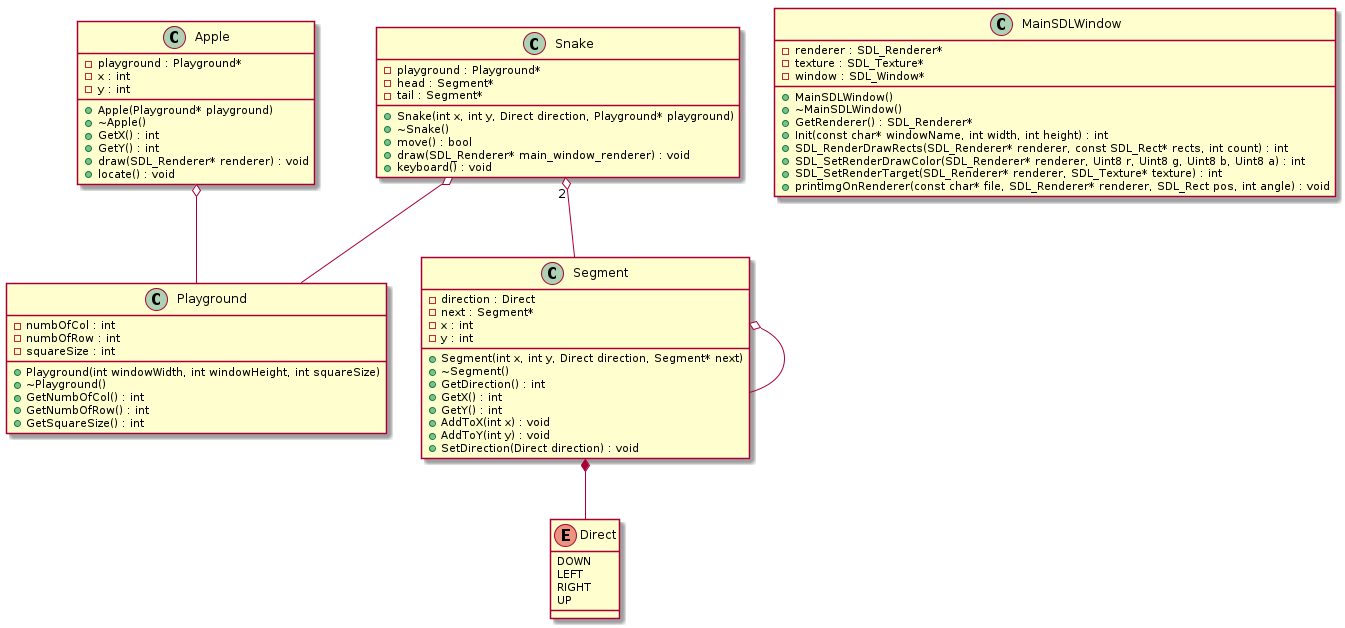
Before: uml/classes.png, a diagram exported from PlantUML (Kyosuuke/gtech1-b24-snake). Source of this version:
```plantuml
@startuml






class Apple {
	+Apple(Playground* playground)
	+~Apple()
	-playground : Playground*
	+GetX() : int
	+GetY() : int
	-x : int
	-y : int
	+draw(SDL_Renderer* renderer) : void
	+locate() : void
}


class MainSDLWindow {
	+MainSDLWindow()
	+~MainSDLWindow()
	+GetRenderer() : SDL_Renderer*
	-renderer : SDL_Renderer*
	-texture : SDL_Texture*
	-window : SDL_Window*
	+Init(const char* windowName, int width, int height) : int
	+SDL_RenderDrawRects(SDL_Renderer* renderer, const SDL_Rect* rects, int count) : int
	+SDL_SetRenderDrawColor(SDL_Renderer* renderer, Uint8 r, Uint8 g, Uint8 b, Uint8 a) : int
	+SDL_SetRenderTarget(SDL_Renderer* renderer, SDL_Texture* texture) : int
	+printImgOnRenderer(const char* file, SDL_Renderer* renderer, SDL_Rect pos, int angle) : void
}


class Playground {
	+Playground(int windowWidth, int windowHeight, int squareSize)
	+~Playground()
	+GetNumbOfCol() : int
	+GetNumbOfRow() : int
	+GetSquareSize() : int
	-numbOfCol : int
	-numbOfRow : int
	-squareSize : int
}


class Segment {
	+Segment(int x, int y, Direct direction, Segment* next)
	+~Segment()
	-direction : Direct
	-next : Segment*
	+GetDirection() : int
	+GetX() : int
	+GetY() : int
	-x : int
	-y : int
	+AddToX(int x) : void
	+AddToY(int y) : void
	+SetDirection(Direct direction) : void
}


class Snake {
	+Snake(int x, int y, Direct direction, Playground* playground)
	+~Snake()
	-playground : Playground*
	-head : Segment*
	-tail : Segment*
	+move() : bool
	+draw(SDL_Renderer* main_window_renderer) : void
	+keyboard() : void
}


enum Direct {
	DOWN
	LEFT
	RIGHT
	UP
}










.Apple o-- .Playground


.Segment *-- .Direct


.Segment o-- .Segment


.Snake o-- .Playground


.Snake "2" o-- .Segment









@enduml
```
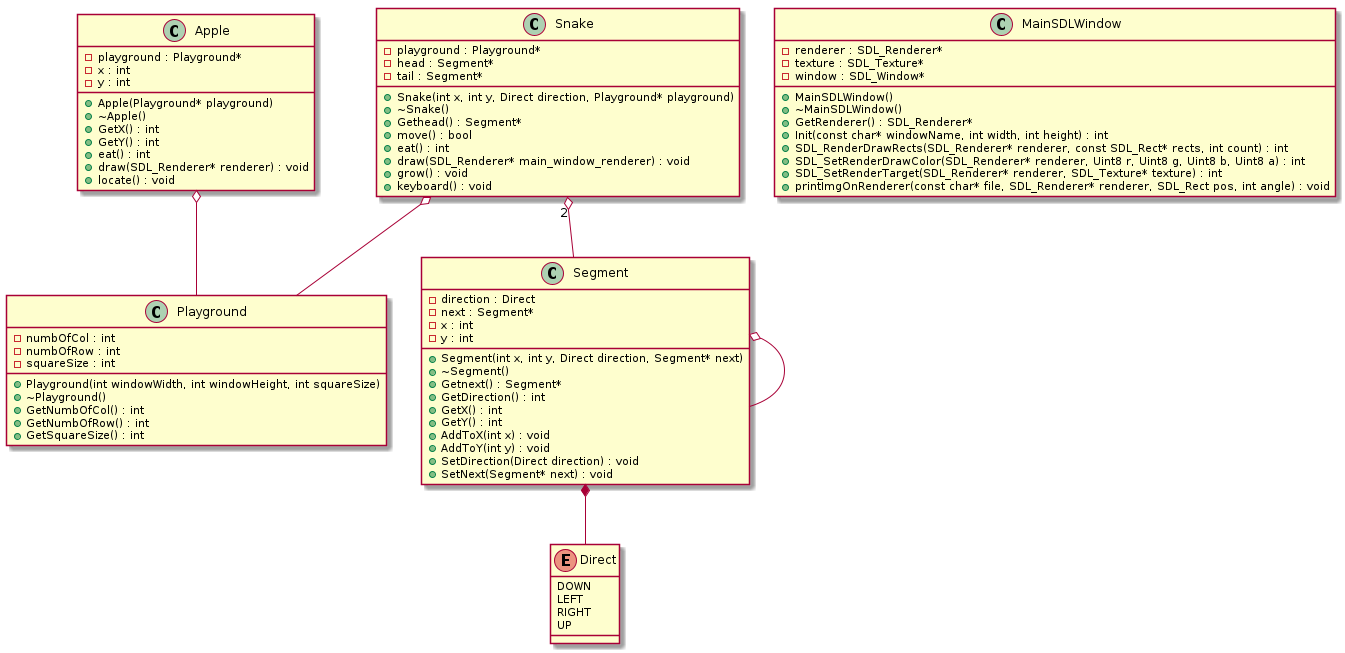
Above is the later version.

What changed in the source:
```diff
@@ -11,6 +11,7 @@
 	-playground : Playground*
 	+GetX() : int
 	+GetY() : int
+	+eat() : int
 	-x : int
 	-y : int
 	+draw(SDL_Renderer* renderer) : void
@@ -49,6 +50,7 @@
 	+Segment(int x, int y, Direct direction, Segment* next)
 	+~Segment()
 	-direction : Direct
+	+Getnext() : Segment*
 	-next : Segment*
 	+GetDirection() : int
 	+GetX() : int
@@ -58,6 +60,7 @@
 	+AddToX(int x) : void
 	+AddToY(int y) : void
 	+SetDirection(Direct direction) : void
+	+SetNext(Segment* next) : void
 }
 
 
@@ -65,10 +68,13 @@
 	+Snake(int x, int y, Direct direction, Playground* playground)
 	+~Snake()
 	-playground : Playground*
+	+Gethead() : Segment*
 	-head : Segment*
 	-tail : Segment*
 	+move() : bool
+	+eat() : int
 	+draw(SDL_Renderer* main_window_renderer) : void
+	+grow() : void
 	+keyboard() : void
 }
 
```
